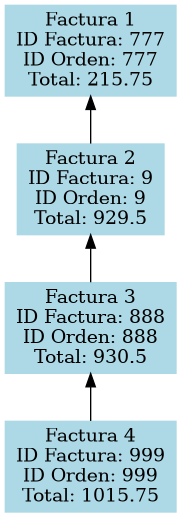
Above: reporte_facturas.png in bryanthr6/-EDD-1S2025_201701010 (Graphviz), before the change. Its source is kept beside it as reporte_facturas.dot. Source of this version:
```dot
digraph G {
    rankdir=TB;
    node [shape=box, style=filled, color=lightblue];
    factura1 [label="Factura 1\nID Factura: 777\nID Orden: 777\nTotal: 215.75"];
    factura1 -> factura2 [dir=back];
    factura2 [label="Factura 2\nID Factura: 9\nID Orden: 9\nTotal: 929.5"];
    factura2 -> factura3 [dir=back];
    factura3 [label="Factura 3\nID Factura: 888\nID Orden: 888\nTotal: 930.5"];
    factura3 -> factura4 [dir=back];
    factura4 [label="Factura 4\nID Factura: 999\nID Orden: 999\nTotal: 1015.75"];
}
```
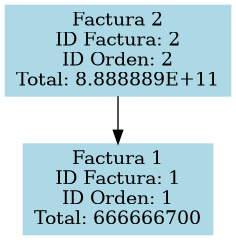
Above is the later version.

The edit, as a diff of the source:
```diff
@@ -1,11 +1,7 @@
 digraph G {
     rankdir=TB;
     node [shape=box, style=filled, color=lightblue];
-    factura1 [label="Factura 1\nID Factura: 777\nID Orden: 777\nTotal: 215.75"];
-    factura1 -> factura2 [dir=back];
-    factura2 [label="Factura 2\nID Factura: 9\nID Orden: 9\nTotal: 929.5"];
-    factura2 -> factura3 [dir=back];
-    factura3 [label="Factura 3\nID Factura: 888\nID Orden: 888\nTotal: 930.5"];
-    factura3 -> factura4 [dir=back];
-    factura4 [label="Factura 4\nID Factura: 999\nID Orden: 999\nTotal: 1015.75"];
+    factura2 [label="Factura 2\nID Factura: 2\nID Orden: 2\nTotal: 8.888889E+11"];
+    factura2 -> factura1 [dir=forward];
+    factura1 [label="Factura 1\nID Factura: 1\nID Orden: 1\nTotal: 666666700"];
 }
```
